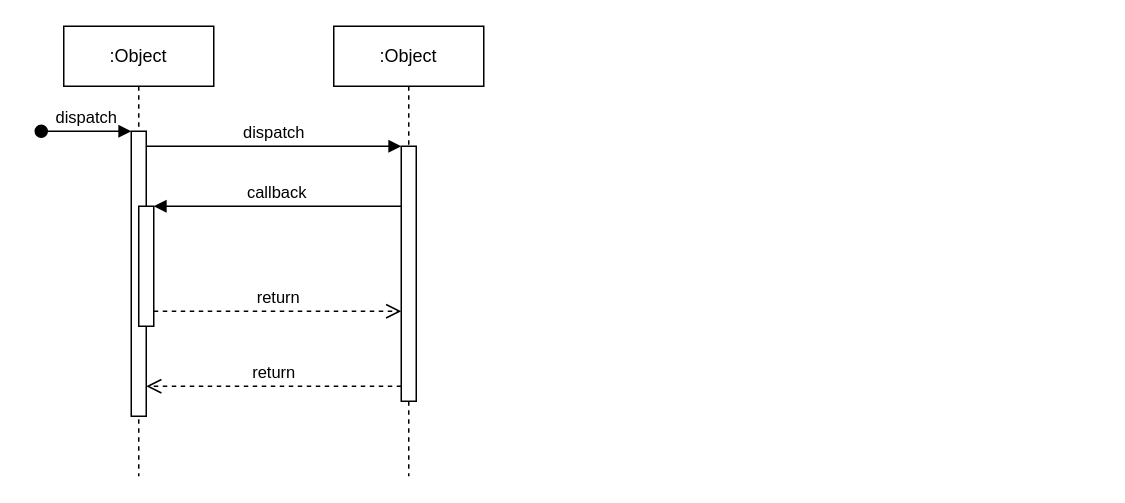
Earlier version of the draw.io diagram SSO data_flow.drawio (wbxsxu168/drawio). Source tidied: cells renumbered, new cells numbered last; positions are measured from the earlier drawing's top-left corner, leaving out a move shared by most shapes. Both pictures are drawn from the tidied source at 150%, with x=0, y=0 at pixel (40, 26).
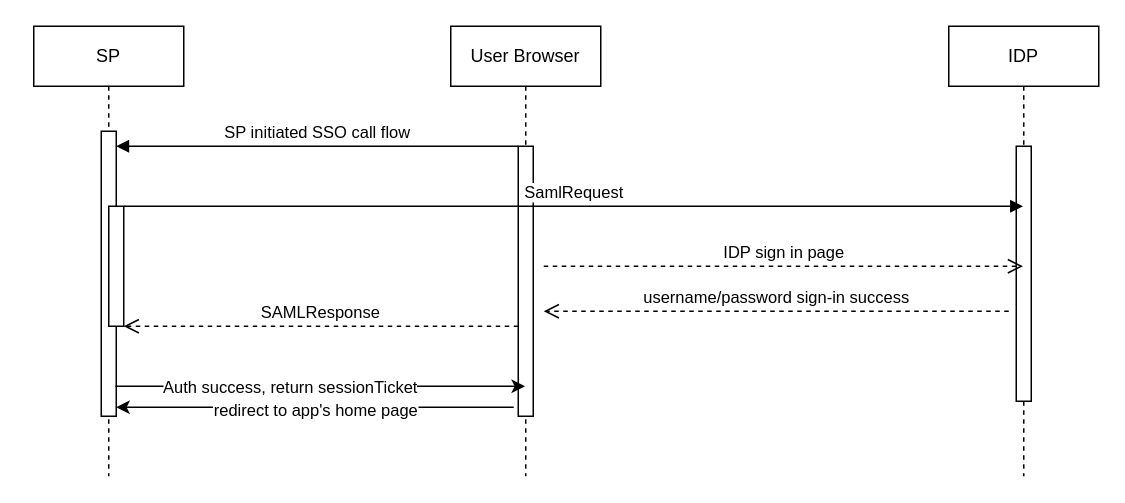
The same page after the edit.

The change refers to these unchanged cells:
```xml
<mxCell id="3" style="html=1;points=[];perimeter=orthogonalPerimeter;outlineConnect=0;targetShapes=umlLifeline;portConstraint=eastwest;newEdgeStyle={&quot;edgeStyle&quot;:&quot;elbowEdgeStyle&quot;,&quot;elbow&quot;:&quot;vertical&quot;,&quot;curved&quot;:0,&quot;rounded&quot;:0};" parent="2" vertex="1">
  <mxGeometry x="45" y="70" width="10" height="190" as="geometry" />
</mxCell>
<mxCell id="5" style="html=1;points=[];perimeter=orthogonalPerimeter;outlineConnect=0;targetShapes=umlLifeline;portConstraint=eastwest;newEdgeStyle={&quot;edgeStyle&quot;:&quot;elbowEdgeStyle&quot;,&quot;elbow&quot;:&quot;vertical&quot;,&quot;curved&quot;:0,&quot;rounded&quot;:0};" parent="2" vertex="1">
  <mxGeometry x="50" y="120" width="10" height="80" as="geometry" />
</mxCell>
```

Change to the diagram source:
```diff
@@
-    <mxCell id="2" value=":Object" style="shape=umlLifeline;perimeter=lifelinePerimeter;whiteSpace=wrap;html=1;newEdgeStyle={&quot;edgeStyle&quot;:&quot;elbowEdgeStyle&quot;,&quot;elbow&quot;:&quot;vertical&quot;,&quot;curved&quot;:0,&quot;rounded&quot;:0};" parent="1" vertex="1">
-      <mxGeometry x="15" width="100" height="300" as="geometry" />
+    <mxCell id="2" value="SP" style="shape=umlLifeline;perimeter=lifelinePerimeter;whiteSpace=wrap;html=1;newEdgeStyle={&quot;edgeStyle&quot;:&quot;elbowEdgeStyle&quot;,&quot;elbow&quot;:&quot;vertical&quot;,&quot;curved&quot;:0,&quot;rounded&quot;:0};" parent="1" vertex="1">
+      <mxGeometry x="-5" width="100" height="300" as="geometry" />
     </mxCell>
@@
-    <mxCell id="4" value="dispatch" style="html=1;verticalAlign=bottom;startArrow=oval;endArrow=block;startSize=8;edgeStyle=elbowEdgeStyle;elbow=vertical;curved=0;rounded=0;" parent="2" edge="1" target="3">
-      <mxGeometry relative="1" as="geometry">
-        <mxPoint x="-15" y="70" as="sourcePoint" />
-      </mxGeometry>
-    </mxCell>
@@
-    <mxCell id="6" value=":Object" style="shape=umlLifeline;perimeter=lifelinePerimeter;whiteSpace=wrap;html=1;outlineConnect=0;portConstraint=eastwest;newEdgeStyle={&quot;edgeStyle&quot;:&quot;elbowEdgeStyle&quot;,&quot;elbow&quot;:&quot;vertical&quot;,&quot;curved&quot;:0,&quot;rounded&quot;:0};" parent="1" vertex="1">
-      <mxGeometry x="195" width="100" height="300" as="geometry" />
+    <mxCell id="6" value="User Browser" style="shape=umlLifeline;perimeter=lifelinePerimeter;whiteSpace=wrap;html=1;outlineConnect=0;portConstraint=eastwest;newEdgeStyle={&quot;edgeStyle&quot;:&quot;elbowEdgeStyle&quot;,&quot;elbow&quot;:&quot;vertical&quot;,&quot;curved&quot;:0,&quot;rounded&quot;:0};" parent="1" vertex="1">
+      <mxGeometry x="273" width="100" height="300" as="geometry" />
     </mxCell>
     <mxCell id="7" style="html=1;points=[];perimeter=orthogonalPerimeter;outlineConnect=0;targetShapes=umlLifeline;portConstraint=eastwest;newEdgeStyle={&quot;edgeStyle&quot;:&quot;elbowEdgeStyle&quot;,&quot;elbow&quot;:&quot;vertical&quot;,&quot;curved&quot;:0,&quot;rounded&quot;:0};" parent="6" vertex="1">
-      <mxGeometry x="45" y="80" width="10" height="170" as="geometry" />
+      <mxGeometry x="45" y="80" width="10" height="180" as="geometry" />
     </mxCell>
+    <mxCell id="9" value="SAMLResponse" style="html=1;verticalAlign=bottom;endArrow=open;dashed=1;endSize=8;edgeStyle=elbowEdgeStyle;elbow=vertical;curved=0;rounded=0;" parent="1" edge="1" target="5">
+      <mxGeometry relative="1" as="geometry">
+        <mxPoint x="318" y="200" as="sourcePoint" />
+        <Array as="points">
+          <mxPoint x="165" y="200" />
+        </Array>
+      </mxGeometry>
+    </mxCell>
+    <mxCell id="11" value="username/password sign-in success" style="html=1;verticalAlign=bottom;endArrow=open;dashed=1;endSize=8;edgeStyle=elbowEdgeStyle;elbow=vertical;curved=0;rounded=0;" parent="1" edge="1">
+      <mxGeometry relative="1" as="geometry">
+        <mxPoint x="645" y="190" as="sourcePoint" />
+        <mxPoint x="335" y="190" as="targetPoint" />
+        <Array as="points">
+          <mxPoint x="415" y="190" />
+        </Array>
+      </mxGeometry>
+    </mxCell>
+    <mxCell id="12" value="IDP" style="shape=umlLifeline;perimeter=lifelinePerimeter;whiteSpace=wrap;html=1;outlineConnect=0;portConstraint=eastwest;newEdgeStyle={&quot;edgeStyle&quot;:&quot;elbowEdgeStyle&quot;,&quot;elbow&quot;:&quot;vertical&quot;,&quot;curved&quot;:0,&quot;rounded&quot;:0};" parent="1" vertex="1">
+      <mxGeometry x="605" width="100" height="300" as="geometry" />
+    </mxCell>
+    <mxCell id="13" style="html=1;perimeter=orthogonalPerimeter;targetShapes=umlLifeline;newEdgeStyle={&quot;edgeStyle&quot;:&quot;elbowEdgeStyle&quot;,&quot;elbow&quot;:&quot;vertical&quot;,&quot;curved&quot;:0,&quot;rounded&quot;:0};" parent="12" vertex="1">
+      <mxGeometry x="45" y="80" width="10" height="170" as="geometry" />
+    </mxCell>
-    <mxCell id="8" value="dispatch" style="html=1;verticalAlign=bottom;endArrow=block;edgeStyle=elbowEdgeStyle;elbow=vertical;curved=0;rounded=0;" parent="1" edge="1" source="3" target="7">
+    <mxCell id="8" value="SP initiated SSO call flow" style="html=1;verticalAlign=bottom;endArrow=block;edgeStyle=elbowEdgeStyle;elbow=vertical;curved=0;rounded=0;" parent="1" edge="1" source="7" target="3">
       <mxGeometry relative="1" as="geometry">
         <Array as="points">
           <mxPoint x="155" y="80" />
         </Array>
       </mxGeometry>
     </mxCell>
-    <mxCell id="9" value="return" style="html=1;verticalAlign=bottom;endArrow=open;dashed=1;endSize=8;edgeStyle=elbowEdgeStyle;elbow=vertical;curved=0;rounded=0;" parent="1" edge="1" source="7" target="3">
-      <mxGeometry relative="1" as="geometry">
-        <Array as="points">
-          <mxPoint x="165" y="240" />
-        </Array>
-      </mxGeometry>
-    </mxCell>
-    <mxCell id="10" value="callback" style="html=1;verticalAlign=bottom;endArrow=block;edgeStyle=elbowEdgeStyle;elbow=vertical;curved=0;rounded=0;" parent="1" edge="1" source="7" target="5">
+    <mxCell id="10" value="SamlRequest" style="html=1;verticalAlign=bottom;endArrow=block;edgeStyle=elbowEdgeStyle;elbow=vertical;curved=0;rounded=0;" parent="1" edge="1" source="5" target="12">
       <mxGeometry relative="1" as="geometry">
         <Array as="points">
           <mxPoint x="165" y="120" />
         </Array>
       </mxGeometry>
     </mxCell>
-    <mxCell id="11" value="return" style="html=1;verticalAlign=bottom;endArrow=open;dashed=1;endSize=8;edgeStyle=elbowEdgeStyle;elbow=vertical;curved=0;rounded=0;" parent="1" edge="1" source="5" target="7">
-      <mxGeometry relative="1" as="geometry">
-        <Array as="points">
-          <mxPoint x="155" y="190" />
-        </Array>
-      </mxGeometry>
-    </mxCell>
+    <mxCell id="14" value="IDP sign in page" style="html=1;verticalAlign=bottom;endArrow=open;dashed=1;endSize=8;edgeStyle=elbowEdgeStyle;elbow=vertical;curved=0;rounded=0;" parent="1" edge="1" target="12">
+      <mxGeometry relative="1" as="geometry">
+        <mxPoint x="335" y="160" as="sourcePoint" />
+        <Array as="points">
+          <mxPoint x="415" y="160" />
+        </Array>
+      </mxGeometry>
+    </mxCell>
+    <mxCell id="15" style="edgeStyle=none;jettySize=auto;html=1;rounded=0;" parent="1" edge="1" target="6">
+      <mxGeometry relative="1" as="geometry">
+        <mxPoint x="49.5" y="240" as="sourcePoint" />
+      </mxGeometry>
+    </mxCell>
+    <mxCell id="16" value="Auth success, return sessionTicket" style="edgeLabel;html=1;align=center;verticalAlign=middle;" parent="15" vertex="1">
+      <mxGeometry x="-0.15" relative="1" as="geometry" />
+    </mxCell>
+    <mxCell id="17" style="edgeStyle=none;orthogonalLoop=1;jettySize=auto;html=1;rounded=0;" parent="1" edge="1">
+      <mxGeometry relative="1" as="geometry">
+        <mxPoint x="315" y="254" as="sourcePoint" />
+        <mxPoint x="50" y="254" as="targetPoint" />
+      </mxGeometry>
+    </mxCell>
+    <mxCell id="18" value="redirect to app's home page" style="edgeLabel;html=1;align=center;verticalAlign=middle;" parent="17" vertex="1">
+      <mxGeometry y="1" relative="1" as="geometry" />
+    </mxCell>
```
